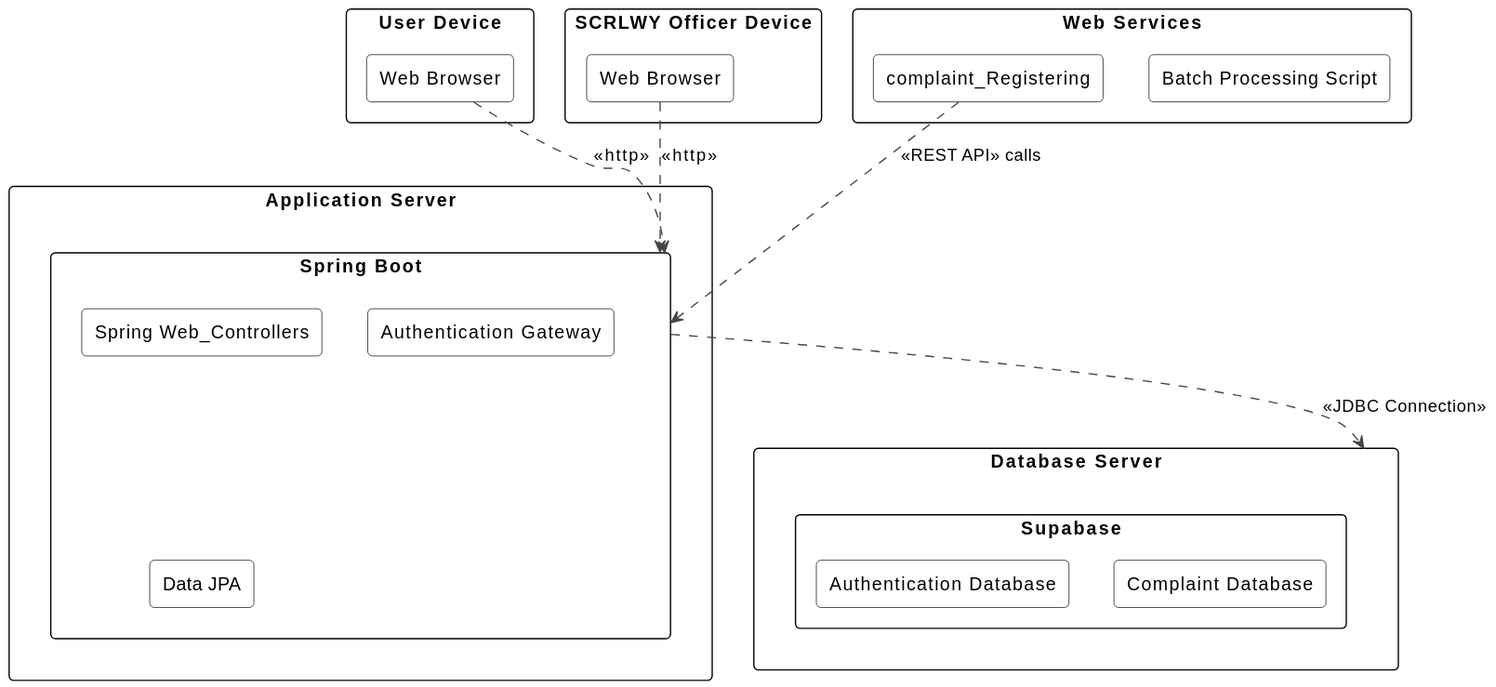
Before: uml/deployment/deployment.svg, a diagram exported from PlantUML (Anikate-De/rail-madad). The source it was exported from:
```plantuml
@startuml
!theme vibrant

skinparam rectangle {
  BackgroundColor White
  BorderColor Black
}

rectangle "User Device" {
  rectangle "Web Browser" as userBrowser
}

rectangle "SCRLWY Officer Device" {
  rectangle "Web Browser" as officerBrowser
}

rectangle "Application Server" {
  rectangle "Spring Boot" as springBoot {
    rectangle "Spring Web_Controllers"
    rectangle "Authentication Gateway"
    rectangle "Data JPA"
  }
}

rectangle "Database Server" as dataBase {
  rectangle "Supabase" {
  rectangle "Authentication Database"
  rectangle "Complaint Database"
  }
}

rectangle "Web Services" {
  rectangle "complaint_Registering"
  rectangle "Batch Processing Script"
}

userBrowser ..> springBoot : <<http>>
officerBrowser ..> springBoot : <<http>>

springBoot ..> dataBase : <<JDBC Connection>>

"complaint_Registering" ..> springBoot : <<REST API>> calls
@enduml
```
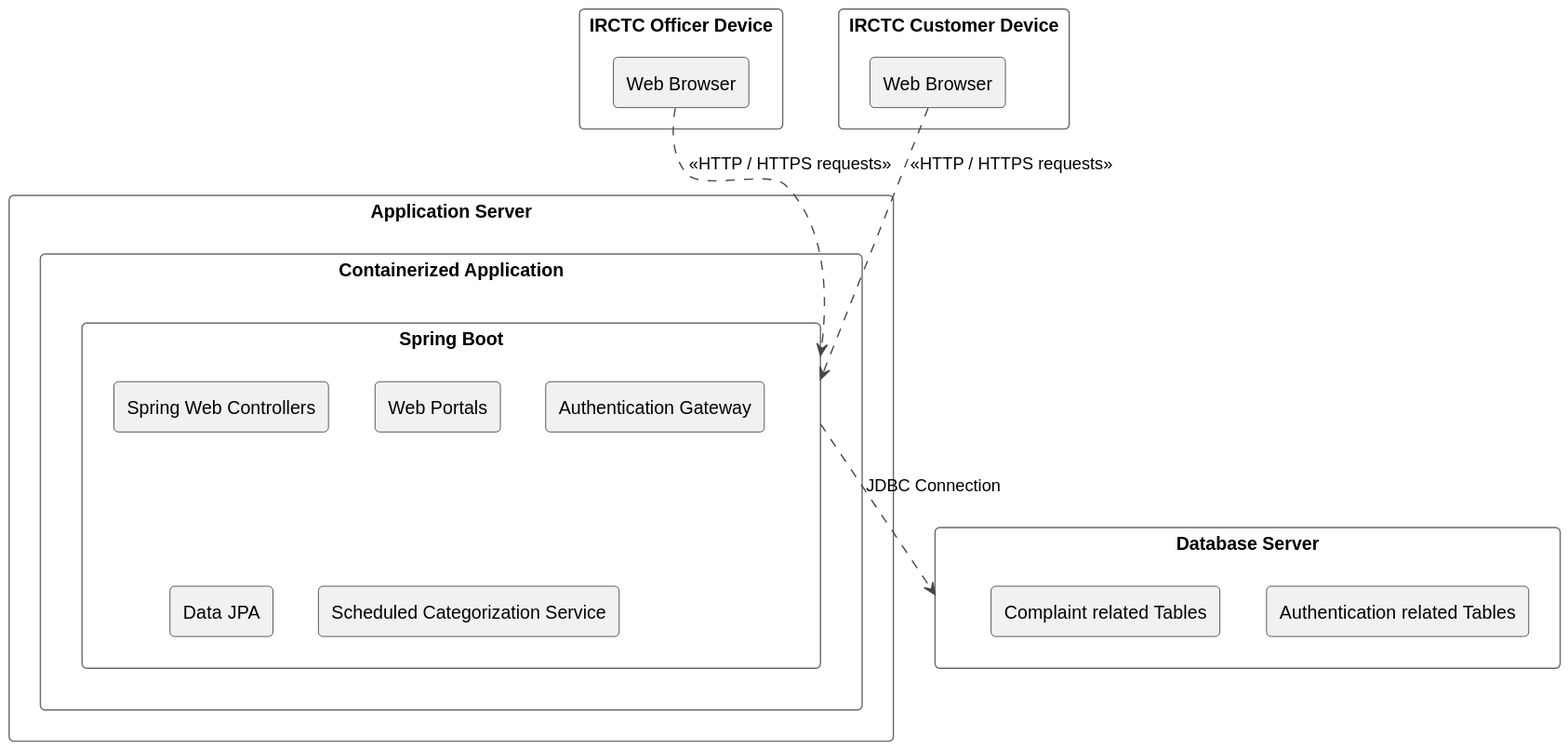
Later version of the same file.

Commit message:
update deployment diagram

The edit, as a diff of the source:
```diff
@@ -1,43 +1,33 @@
 @startuml
 !theme vibrant
 
-skinparam rectangle {
-  BackgroundColor White
-  BorderColor Black
+rectangle "IRCTC Officer Device" {
+  rectangle "Web Browser" as officer
 }
 
-rectangle "User Device" {
-  rectangle "Web Browser" as userBrowser
-}
-
-rectangle "SCRLWY Officer Device" {
-  rectangle "Web Browser" as officerBrowser
+rectangle "IRCTC Customer Device" {
+  rectangle "Web Browser" as user
 }
 
 rectangle "Application Server" {
-  rectangle "Spring Boot" as springBoot {
-    rectangle "Spring Web_Controllers"
-    rectangle "Authentication Gateway"
-    rectangle "Data JPA"
+  rectangle "Containerized Application" {
+    rectangle "Spring Boot" as springBoot {
+      rectangle "Spring Web Controllers"
+      rectangle "Web Portals"
+      rectangle "Authentication Gateway"
+      rectangle "Data JPA"
+      rectangle "Scheduled Categorization Service"
+    }
   }
 }
 
-rectangle "Database Server" as dataBase {
-  rectangle "Supabase" {
-  rectangle "Authentication Database"
-  rectangle "Complaint Database"
-  }
+rectangle "Database Server" as db {
+  rectangle "Authentication related Tables"
+  rectangle "Complaint related Tables"
 }
 
-rectangle "Web Services" {
-  rectangle "complaint_Registering"
-  rectangle "Batch Processing Script"
-}
+officer ..> springBoot : <<HTTP / HTTPS requests>>
+user ..> springBoot : <<HTTP / HTTPS requests>>
 
-userBrowser ..> springBoot : <<http>>
-officerBrowser ..> springBoot : <<http>>
-
-springBoot ..> dataBase : <<JDBC Connection>>
-
-"complaint_Registering" ..> springBoot : <<REST API>> calls
+springBoot ..> db : JDBC Connection
 @enduml
```
